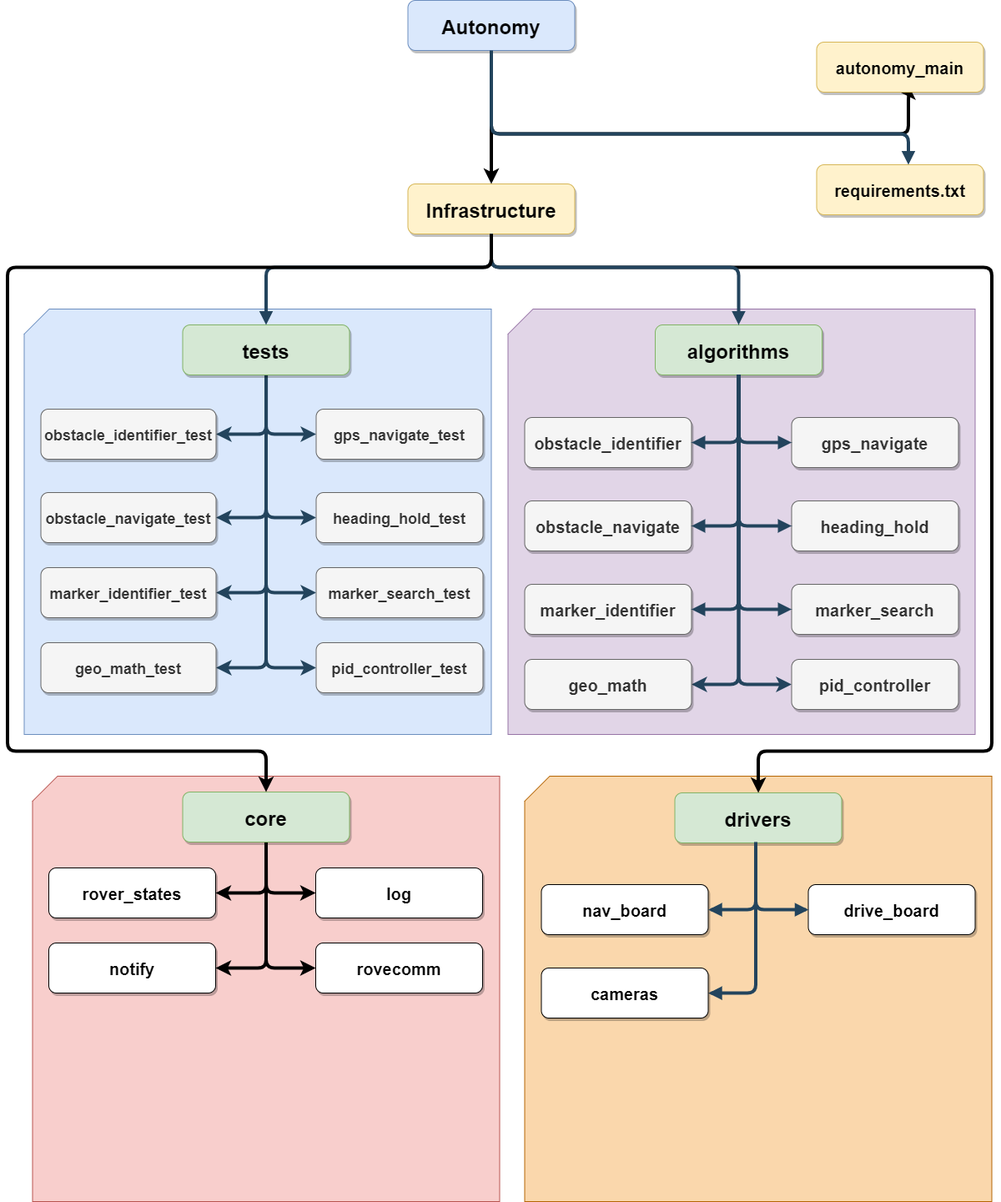
Before: docs/architecture.png, a diagram exported from draw.io (MissouriMRDT/Autonomy_Software_Python). Source tidied: cells renumbered, new cells last; positions are measured from the earlier drawing's top-left corner, leaving out a move shared by most shapes.
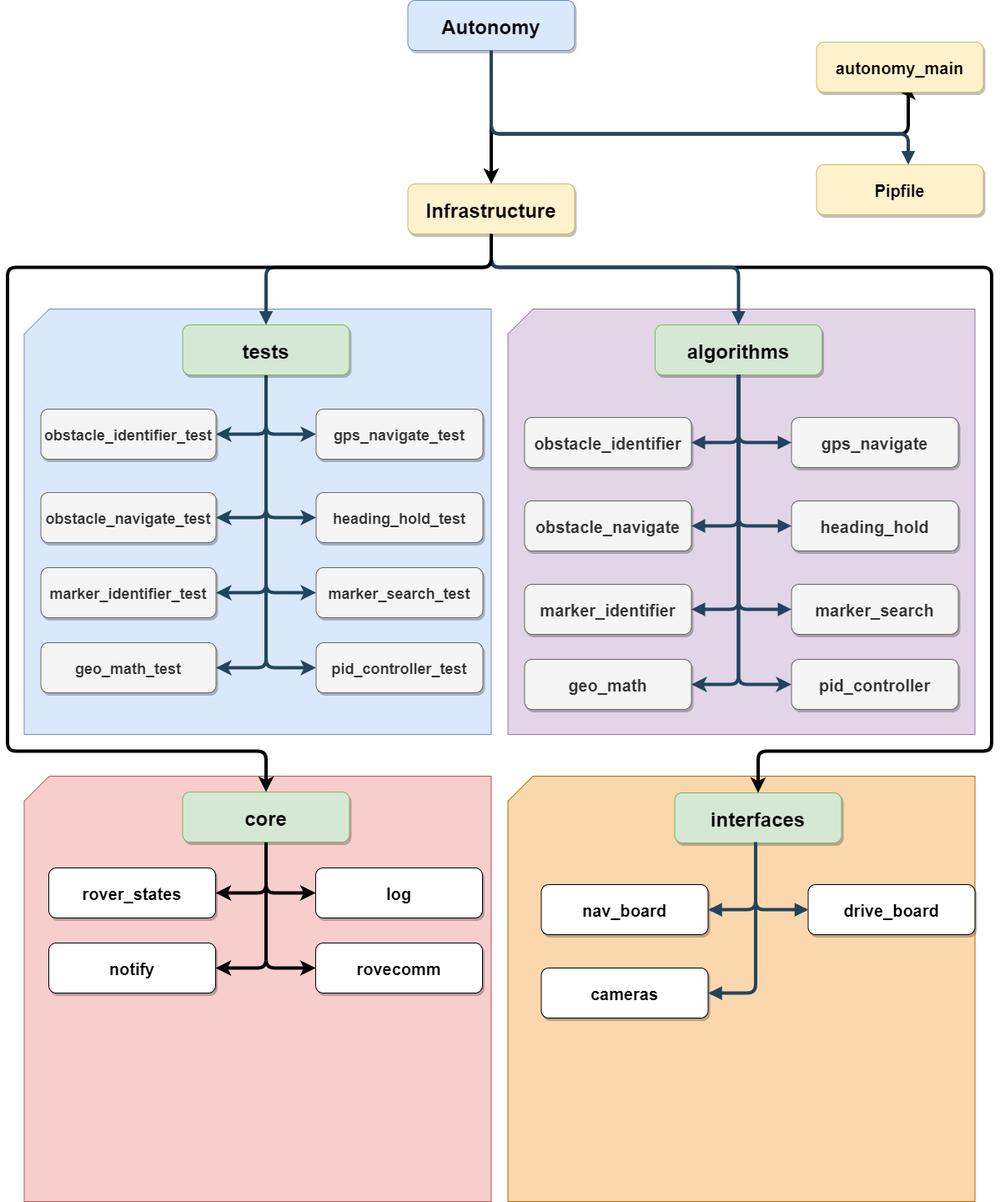
After the change.

Commit message:
Updated architecture diagram to reflect latest changes

The edit, as a diff of the source:
```diff
@@ -9,7 +9,7 @@
       <mxGeometry x="600" y="370" width="560" height="510" as="geometry" />
     </mxCell>
     <mxCell id="4" style="shape=card;whiteSpace=wrap;html=1;fillColor=#fad7ac;strokeColor=#b46504;" parent="1" vertex="1">
-      <mxGeometry x="620" y="930" width="560" height="510" as="geometry" />
+      <mxGeometry x="600" y="930" width="560" height="510" as="geometry" />
     </mxCell>
     <mxCell id="5" style="edgeStyle=orthogonalEdgeStyle;rounded=1;jettySize=auto;html=1;exitX=0.5;exitY=1;exitDx=0;exitDy=0;strokeWidth=4;fontSize=20;" parent="1" edge="1" source="6" target="22">
       <mxGeometry relative="1" as="geometry">
@@ -75,10 +75,10 @@
     <mxCell id="21" value="algorithms" style="rounded=1;shadow=1;fontStyle=1;fontSize=24;fillColor=#d5e8d4;strokeColor=#82b366;" parent="1" vertex="1">
       <mxGeometry x="776.5" y="389" width="200" height="60" as="geometry" />
     </mxCell>
-    <mxCell id="22" value="drivers" style="rounded=1;shadow=1;fontStyle=1;fontSize=24;fillColor=#d5e8d4;strokeColor=#82b366;" parent="1" vertex="1">
+    <mxCell id="22" value="interfaces" style="rounded=1;shadow=1;fontStyle=1;fontSize=24;fillColor=#d5e8d4;strokeColor=#82b366;" parent="1" vertex="1">
       <mxGeometry x="800" y="950" width="200" height="60" as="geometry" />
     </mxCell>
-    <mxCell id="23" value="requirements.txt" style="rounded=1;shadow=1;fontStyle=1;fontSize=20;fillColor=#fff2cc;strokeColor=#d6b656;" parent="1" vertex="1">
+    <mxCell id="23" value="Pipfile" style="rounded=1;shadow=1;fontStyle=1;fontSize=20;fillColor=#fff2cc;strokeColor=#d6b656;" parent="1" vertex="1">
       <mxGeometry x="970" y="197" width="200" height="60" as="geometry" />
     </mxCell>
     <mxCell id="24" value="geo_math" style="rounded=1;shadow=1;fontStyle=1;fontSize=20;fillColor=#f5f5f5;strokeColor=#666666;fontColor=#333333;" parent="1" vertex="1">
@@ -334,7 +334,7 @@
       <mxGeometry x="370" y="770" width="200" height="60" as="geometry" />
     </mxCell>
     <mxCell id="55" style="shape=card;whiteSpace=wrap;html=1;fillColor=#f8cecc;strokeColor=#b85450;" parent="1" vertex="1">
-      <mxGeometry x="30" y="930" width="560" height="510" as="geometry" />
+      <mxGeometry x="20" y="930" width="560" height="510" as="geometry" />
     </mxCell>
     <mxCell id="56" style="edgeStyle=orthogonalEdgeStyle;rounded=1;jettySize=auto;html=1;exitX=0.5;exitY=1;exitDx=0;exitDy=0;entryX=1;entryY=0.5;entryDx=0;entryDy=0;strokeWidth=4;" parent="1" edge="1" source="60" target="61">
       <mxGeometry relative="1" as="geometry" />
```
